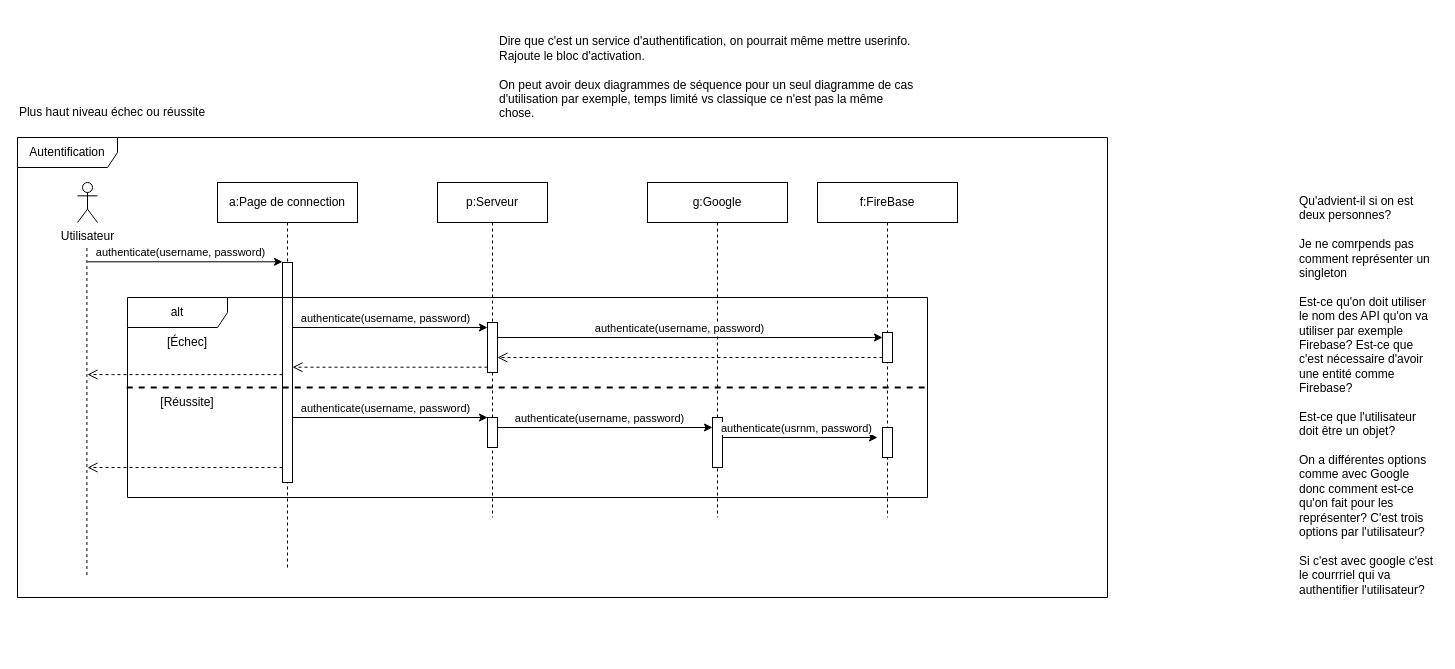
margielamob/Cherches-Trouves-Gagnes keeps this draw.io diagram as page "Diagrammes de séquences" (2 of 2) of doc/diagramme-cas-utilisation.drawio. Above is the earlier version. Source tidied: cells renumbered, new cells numbered last; positions are measured from the earlier drawing's top-left corner, leaving out a move shared by most shapes. Both pictures are drawn from the tidied source at 100%, with x=0, y=0 at pixel (17, 17).
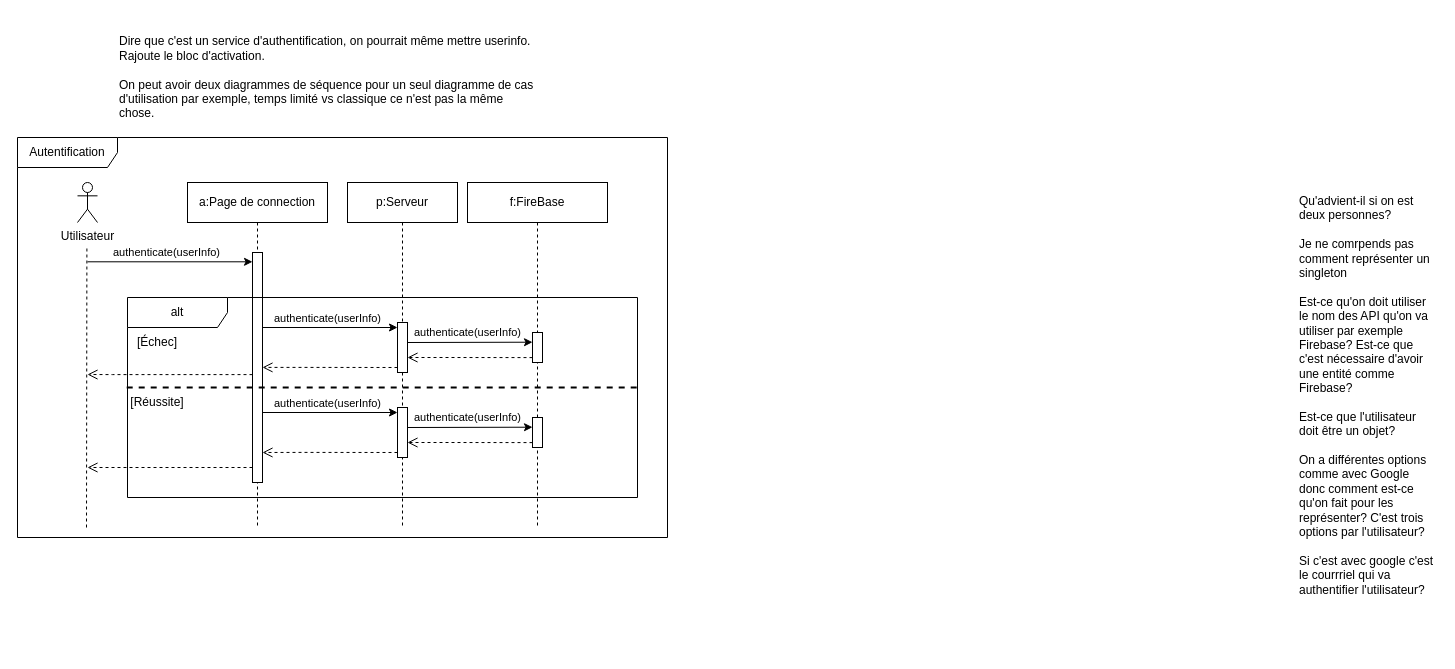
The same page after the edit.

Unchanged cells that the change refers to:
```xml
<mxCell id="5" style="html=1;points=[];perimeter=orthogonalPerimeter;outlineConnect=0;targetShapes=umlLifeline;portConstraint=eastwest;newEdgeStyle={&quot;edgeStyle&quot;:&quot;elbowEdgeStyle&quot;,&quot;elbow&quot;:&quot;vertical&quot;,&quot;curved&quot;:0,&quot;rounded&quot;:0};" parent="4" vertex="1">
  <mxGeometry x="50" y="140" width="10" height="50" as="geometry" />
</mxCell>
<mxCell id="20" style="html=1;points=[];perimeter=orthogonalPerimeter;outlineConnect=0;targetShapes=umlLifeline;portConstraint=eastwest;newEdgeStyle={&quot;edgeStyle&quot;:&quot;elbowEdgeStyle&quot;,&quot;elbow&quot;:&quot;vertical&quot;,&quot;curved&quot;:0,&quot;rounded&quot;:0};" parent="19" vertex="1">
  <mxGeometry x="65" y="150" width="10" height="30" as="geometry" />
</mxCell>
```

Diff of the diagram source:
```diff
@@
     <mxCell id="2" value="a:Page de connection" style="shape=umlLifeline;perimeter=lifelinePerimeter;whiteSpace=wrap;html=1;newEdgeStyle={&quot;edgeStyle&quot;:&quot;elbowEdgeStyle&quot;,&quot;elbow&quot;:&quot;vertical&quot;,&quot;curved&quot;:0,&quot;rounded&quot;:0};" parent="1" vertex="1">
-      <mxGeometry x="200" y="165" width="140" height="385" as="geometry" />
+      <mxGeometry x="170" y="165" width="140" height="345" as="geometry" />
     </mxCell>
     <mxCell id="3" style="html=1;points=[];perimeter=orthogonalPerimeter;outlineConnect=0;targetShapes=umlLifeline;portConstraint=eastwest;newEdgeStyle={&quot;edgeStyle&quot;:&quot;elbowEdgeStyle&quot;,&quot;elbow&quot;:&quot;vertical&quot;,&quot;curved&quot;:0,&quot;rounded&quot;:0};" parent="2" vertex="1">
-      <mxGeometry x="65" y="80" width="10" height="220" as="geometry" />
+      <mxGeometry x="65" y="70" width="10" height="230" as="geometry" />
     </mxCell>
     <mxCell id="4" value="p:Serveur" style="shape=umlLifeline;perimeter=lifelinePerimeter;whiteSpace=wrap;html=1;newEdgeStyle={&quot;edgeStyle&quot;:&quot;elbowEdgeStyle&quot;,&quot;elbow&quot;:&quot;vertical&quot;,&quot;curved&quot;:0,&quot;rounded&quot;:0};" parent="1" vertex="1">
-      <mxGeometry x="420" y="165" width="110" height="335" as="geometry" />
+      <mxGeometry x="330" y="165" width="110" height="345" as="geometry" />
     </mxCell>
@@
     <mxCell id="7" value="Autentification" style="shape=umlFrame;whiteSpace=wrap;html=1;width=100;height=30;" parent="1" vertex="1">
-      <mxGeometry y="120" width="1090" height="460" as="geometry" />
+      <mxGeometry y="120" width="650" height="400" as="geometry" />
     </mxCell>
@@
     <mxCell id="9" style="endArrow=none;dashed=1;html=1;rounded=0;" parent="1" edge="1">
       <mxGeometry relative="1" as="geometry">
-        <mxPoint x="69.4" y="557.5" as="sourcePoint" />
+        <mxPoint x="69" y="510" as="sourcePoint" />
         <mxPoint x="69.4" y="230" as="targetPoint" />
       </mxGeometry>
     </mxCell>
-    <mxCell id="10" style="endArrow=classic;html=1;rounded=0;" parent="1" edge="1">
+    <mxCell id="10" style="endArrow=classic;html=1;rounded=0;" parent="1" edge="1" target="3">
       <mxGeometry relative="1" as="geometry">
         <mxPoint x="70" y="244.3" as="sourcePoint" />
-        <mxPoint x="265" y="244.3" as="targetPoint" />
       </mxGeometry>
     </mxCell>
-    <mxCell id="11" value="authenticate(username, password)" style="edgeLabel;html=1;align=center;verticalAlign=middle;" parent="10" vertex="1">
+    <mxCell id="11" value="authenticate(userInfo)" style="edgeLabel;html=1;align=center;verticalAlign=middle;" parent="10" vertex="1">
       <mxGeometry x="-0.06" relative="1" as="geometry">
         <mxPoint y="-10" as="offset" />
       </mxGeometry>
     </mxCell>
-    <mxCell id="12" style="endArrow=classic;html=1;rounded=0;" parent="1" edge="1">
+    <mxCell id="12" style="endArrow=classic;html=1;rounded=0;" parent="1" edge="1" source="3">
       <mxGeometry relative="1" as="geometry">
-        <mxPoint x="275" y="310" as="sourcePoint" />
-        <mxPoint x="470" y="310" as="targetPoint" />
+        <mxPoint x="380" y="310" as="targetPoint" />
       </mxGeometry>
     </mxCell>
-    <mxCell id="13" value="authenticate(username, password)" style="edgeLabel;html=1;align=center;verticalAlign=middle;" parent="12" vertex="1">
+    <mxCell id="13" value="authenticate(userInfo)" style="edgeLabel;html=1;align=center;verticalAlign=middle;" parent="12" vertex="1">
       <mxGeometry x="-0.06" relative="1" as="geometry">
-        <mxPoint y="-10" as="offset" />
+        <mxPoint x="1" y="-10" as="offset" />
       </mxGeometry>
     </mxCell>
-    <mxCell id="14" style="html=1;verticalAlign=bottom;endArrow=open;dashed=1;endSize=8;curved=0;rounded=0;" parent="1" edge="1">
+    <mxCell id="14" style="html=1;verticalAlign=bottom;endArrow=open;dashed=1;endSize=8;curved=0;rounded=0;" parent="1" edge="1" target="3">
       <mxGeometry relative="1" as="geometry">
-        <mxPoint x="470" y="349.7" as="sourcePoint" />
-        <mxPoint x="275" y="349.7" as="targetPoint" />
+        <mxPoint x="380" y="350" as="sourcePoint" />
         <Array as="points">
-          <mxPoint x="310" y="349.7" />
+          <mxPoint x="285" y="349.9" />
         </Array>
       </mxGeometry>
     </mxCell>
@@
     <mxCell id="16" value="alt" style="shape=umlFrame;whiteSpace=wrap;html=1;width=100;height=30;strokeWidth=1;" parent="1" vertex="1">
-      <mxGeometry x="110" y="280" width="800" height="200" as="geometry" />
+      <mxGeometry x="110" y="280" width="510" height="200" as="geometry" />
     </mxCell>
-    <mxCell id="17" value="g:Google" style="shape=umlLifeline;perimeter=lifelinePerimeter;whiteSpace=wrap;html=1;newEdgeStyle={&quot;edgeStyle&quot;:&quot;elbowEdgeStyle&quot;,&quot;elbow&quot;:&quot;vertical&quot;,&quot;curved&quot;:0,&quot;rounded&quot;:0};" parent="1" vertex="1">
-      <mxGeometry x="630" y="165" width="140" height="335" as="geometry" />
-    </mxCell>
-    <mxCell id="18" style="html=1;points=[];perimeter=orthogonalPerimeter;outlineConnect=0;targetShapes=umlLifeline;portConstraint=eastwest;newEdgeStyle={&quot;edgeStyle&quot;:&quot;elbowEdgeStyle&quot;,&quot;elbow&quot;:&quot;vertical&quot;,&quot;curved&quot;:0,&quot;rounded&quot;:0};" parent="17" vertex="1">
-      <mxGeometry x="65" y="235" width="10" height="50" as="geometry" />
-    </mxCell>
     <mxCell id="19" value="f:FireBase" style="shape=umlLifeline;perimeter=lifelinePerimeter;whiteSpace=wrap;html=1;newEdgeStyle={&quot;edgeStyle&quot;:&quot;elbowEdgeStyle&quot;,&quot;elbow&quot;:&quot;vertical&quot;,&quot;curved&quot;:0,&quot;rounded&quot;:0};" parent="1" vertex="1">
-      <mxGeometry x="800" y="165" width="140" height="335" as="geometry" />
+      <mxGeometry x="450" y="165" width="140" height="345" as="geometry" />
     </mxCell>
@@
-    <mxCell id="21" style="html=1;perimeter=orthogonalPerimeter;targetShapes=umlLifeline;newEdgeStyle={&quot;edgeStyle&quot;:&quot;elbowEdgeStyle&quot;,&quot;elbow&quot;:&quot;vertical&quot;,&quot;curved&quot;:0,&quot;rounded&quot;:0};" parent="19" vertex="1">
-      <mxGeometry x="65" y="245" width="10" height="30" as="geometry" />
-    </mxCell>
-    <mxCell id="22" style="endArrow=classic;html=1;rounded=0;" parent="1" edge="1" target="20">
-      <mxGeometry relative="1" as="geometry">
-        <mxPoint x="480" y="320" as="sourcePoint" />
-      </mxGeometry>
-    </mxCell>
-    <mxCell id="23" value="authenticate(username, password)" style="edgeLabel;html=1;align=center;verticalAlign=middle;" parent="22" vertex="1">
-      <mxGeometry x="-0.06" relative="1" as="geometry">
-        <mxPoint y="-10" as="offset" />
-      </mxGeometry>
-    </mxCell>
-    <mxCell id="24" style="html=1;verticalAlign=bottom;endArrow=open;dashed=1;endSize=8;curved=0;rounded=0;" parent="1" edge="1" source="20" target="5">
-      <mxGeometry relative="1" as="geometry">
-        <Array as="points">
-          <mxPoint x="615" y="340" />
-        </Array>
-      </mxGeometry>
-    </mxCell>
+    <mxCell id="38" style="html=1;perimeter=orthogonalPerimeter;targetShapes=umlLifeline;newEdgeStyle={&quot;edgeStyle&quot;:&quot;elbowEdgeStyle&quot;,&quot;elbow&quot;:&quot;vertical&quot;,&quot;curved&quot;:0,&quot;rounded&quot;:0};" parent="19" vertex="1">
+      <mxGeometry x="-70" y="225" width="10" height="50" as="geometry" />
+    </mxCell>
+    <mxCell id="39" style="endArrow=classic;html=1;rounded=0;" parent="19" edge="1">
+      <mxGeometry relative="1" as="geometry">
+        <mxPoint x="-205" y="230" as="sourcePoint" />
+        <mxPoint x="-70" y="230" as="targetPoint" />
+      </mxGeometry>
+    </mxCell>
+    <mxCell id="40" value="authenticate(userInfo)" style="edgeLabel;html=1;align=center;verticalAlign=middle;" parent="39" vertex="1">
+      <mxGeometry x="-0.06" relative="1" as="geometry">
+        <mxPoint x="1" y="-10" as="offset" />
+      </mxGeometry>
+    </mxCell>
+    <mxCell id="41" style="html=1;verticalAlign=bottom;endArrow=open;dashed=1;endSize=8;curved=0;rounded=0;" parent="19" edge="1">
+      <mxGeometry relative="1" as="geometry">
+        <mxPoint x="-70" y="270" as="sourcePoint" />
+        <mxPoint x="-205" y="270" as="targetPoint" />
+        <Array as="points">
+          <mxPoint x="-165" y="269.9" />
+        </Array>
+      </mxGeometry>
+    </mxCell>
+    <mxCell id="42" style="html=1;perimeter=orthogonalPerimeter;targetShapes=umlLifeline;newEdgeStyle={&quot;edgeStyle&quot;:&quot;elbowEdgeStyle&quot;,&quot;elbow&quot;:&quot;vertical&quot;,&quot;curved&quot;:0,&quot;rounded&quot;:0};" parent="19" vertex="1">
+      <mxGeometry x="65" y="235" width="10" height="30" as="geometry" />
+    </mxCell>
+    <mxCell id="43" style="endArrow=classic;html=1;rounded=0;" parent="19" edge="1">
+      <mxGeometry relative="1" as="geometry">
+        <mxPoint x="-60" y="245" as="sourcePoint" />
+        <mxPoint x="65" y="244.7" as="targetPoint" />
+      </mxGeometry>
+    </mxCell>
+    <mxCell id="44" value="authenticate(userInfo)" style="edgeLabel;html=1;align=center;verticalAlign=middle;" parent="43" vertex="1">
+      <mxGeometry x="-0.06" relative="1" as="geometry">
+        <mxPoint x="1" y="-10" as="offset" />
+      </mxGeometry>
+    </mxCell>
+    <mxCell id="45" style="html=1;verticalAlign=bottom;endArrow=open;dashed=1;endSize=8;curved=0;rounded=0;" parent="19" edge="1">
+      <mxGeometry relative="1" as="geometry">
+        <mxPoint x="65" y="260.1" as="sourcePoint" />
+        <mxPoint x="-60" y="260" as="targetPoint" />
+        <Array as="points">
+          <mxPoint x="-30" y="260" />
+        </Array>
+      </mxGeometry>
+    </mxCell>
     <mxCell id="25" style="endArrow=none;dashed=1;html=1;rounded=0;strokeWidth=2;" parent="1" edge="1">
       <mxGeometry relative="1" as="geometry">
         <mxPoint x="109.2" y="370" as="sourcePoint" />
-        <mxPoint x="910" y="370" as="targetPoint" />
+        <mxPoint x="620" y="370" as="targetPoint" />
       </mxGeometry>
     </mxCell>
-    <mxCell id="26" style="html=1;perimeter=orthogonalPerimeter;targetShapes=umlLifeline;newEdgeStyle={&quot;edgeStyle&quot;:&quot;elbowEdgeStyle&quot;,&quot;elbow&quot;:&quot;vertical&quot;,&quot;curved&quot;:0,&quot;rounded&quot;:0};" parent="1" vertex="1">
-      <mxGeometry x="470" y="400" width="10" height="30" as="geometry" />
-    </mxCell>
-    <mxCell id="27" style="endArrow=classic;html=1;rounded=0;" parent="1" edge="1">
-      <mxGeometry relative="1" as="geometry">
-        <mxPoint x="275" y="400" as="sourcePoint" />
-        <mxPoint x="470" y="400" as="targetPoint" />
-      </mxGeometry>
-    </mxCell>
-    <mxCell id="28" value="authenticate(username, password)" style="edgeLabel;html=1;align=center;verticalAlign=middle;" parent="27" vertex="1">
-      <mxGeometry x="-0.06" relative="1" as="geometry">
-        <mxPoint y="-10" as="offset" />
-      </mxGeometry>
-    </mxCell>
-    <mxCell id="29" style="endArrow=classic;html=1;rounded=0;" parent="1" edge="1" target="18">
-      <mxGeometry relative="1" as="geometry">
-        <mxPoint x="480" y="410" as="sourcePoint" />
-      </mxGeometry>
-    </mxCell>
-    <mxCell id="30" value="authenticate(username, password)" style="edgeLabel;html=1;align=center;verticalAlign=middle;" parent="29" vertex="1">
-      <mxGeometry x="-0.06" relative="1" as="geometry">
-        <mxPoint y="-10" as="offset" />
-      </mxGeometry>
-    </mxCell>
-    <mxCell id="31" style="endArrow=classic;html=1;rounded=0;" parent="1" edge="1" source="18">
-      <mxGeometry relative="1" as="geometry">
-        <mxPoint x="860" y="420" as="targetPoint" />
-      </mxGeometry>
-    </mxCell>
-    <mxCell id="32" value="authenticate(usrnm, password)" style="edgeLabel;html=1;align=center;verticalAlign=middle;" parent="31" vertex="1">
-      <mxGeometry x="-0.06" relative="1" as="geometry">
-        <mxPoint y="-10" as="offset" />
-      </mxGeometry>
-    </mxCell>
-    <mxCell id="33" value="Plus haut niveau échec ou réussite" style="text;html=1;strokeColor=none;fillColor=none;align=center;verticalAlign=middle;whiteSpace=wrap;rounded=0;" parent="1" vertex="1">
-      <mxGeometry y="80" width="190" height="30" as="geometry" />
-    </mxCell>
     <mxCell id="34" value="[Échec]" style="text;html=1;strokeColor=none;fillColor=none;align=center;verticalAlign=middle;whiteSpace=wrap;rounded=0;" parent="1" vertex="1">
-      <mxGeometry x="140" y="310" width="60" height="30" as="geometry" />
+      <mxGeometry x="110" y="310" width="60" height="30" as="geometry" />
     </mxCell>
     <mxCell id="35" value="[Réussite]" style="text;html=1;strokeColor=none;fillColor=none;align=center;verticalAlign=middle;whiteSpace=wrap;rounded=0;" parent="1" vertex="1">
-      <mxGeometry x="140" y="370" width="60" height="30" as="geometry" />
+      <mxGeometry x="110" y="370" width="60" height="30" as="geometry" />
     </mxCell>
     <mxCell id="36" value="Dire que c'est un service d'authentification, on pourrait même mettre userinfo.&amp;nbsp;&lt;br&gt;Rajoute le bloc d'activation.&lt;br&gt;&lt;br&gt;&lt;div style=&quot;&quot;&gt;&lt;span style=&quot;background-color: initial;&quot;&gt;On peut avoir deux diagrammes de séquence pour un seul diagramme de cas d'utilisation par exemple, temps limité vs classique ce n'est pas la même chose.&lt;/span&gt;&lt;/div&gt;" style="text;html=1;strokeColor=none;fillColor=none;align=left;verticalAlign=middle;whiteSpace=wrap;rounded=0;" parent="1" vertex="1">
-      <mxGeometry x="480" width="420" height="120" as="geometry" />
+      <mxGeometry x="100" width="420" height="120" as="geometry" />
     </mxCell>
@@
+    <mxCell id="46" style="endArrow=classic;html=1;rounded=0;" parent="1" edge="1">
+      <mxGeometry relative="1" as="geometry">
+        <mxPoint x="390" y="325" as="sourcePoint" />
+        <mxPoint x="515" y="324.7" as="targetPoint" />
+      </mxGeometry>
+    </mxCell>
+    <mxCell id="47" value="authenticate(userInfo)" style="edgeLabel;html=1;align=center;verticalAlign=middle;" parent="46" vertex="1">
+      <mxGeometry x="-0.06" relative="1" as="geometry">
+        <mxPoint x="1" y="-10" as="offset" />
+      </mxGeometry>
+    </mxCell>
+    <mxCell id="48" style="html=1;verticalAlign=bottom;endArrow=open;dashed=1;endSize=8;curved=0;rounded=0;" parent="1" edge="1">
+      <mxGeometry relative="1" as="geometry">
+        <mxPoint x="515" y="340.1" as="sourcePoint" />
+        <mxPoint x="390" y="340" as="targetPoint" />
+        <Array as="points">
+          <mxPoint x="420" y="340" />
+        </Array>
+      </mxGeometry>
+    </mxCell>
```
